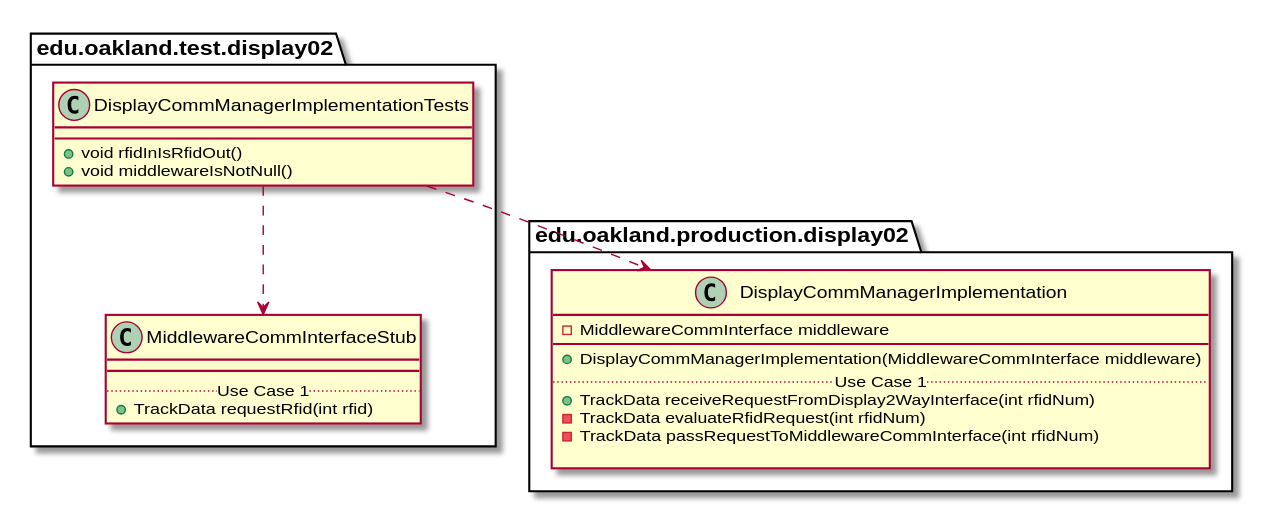
The PlantUML diagram docs/uml-class-diagrams/display02/test/DisplayCommManagerImplementationTests/DisplayCommManagerImplementationTests_DirectDependencies.svg in andrewdimmer/csi-3370-software-project, before a commit.
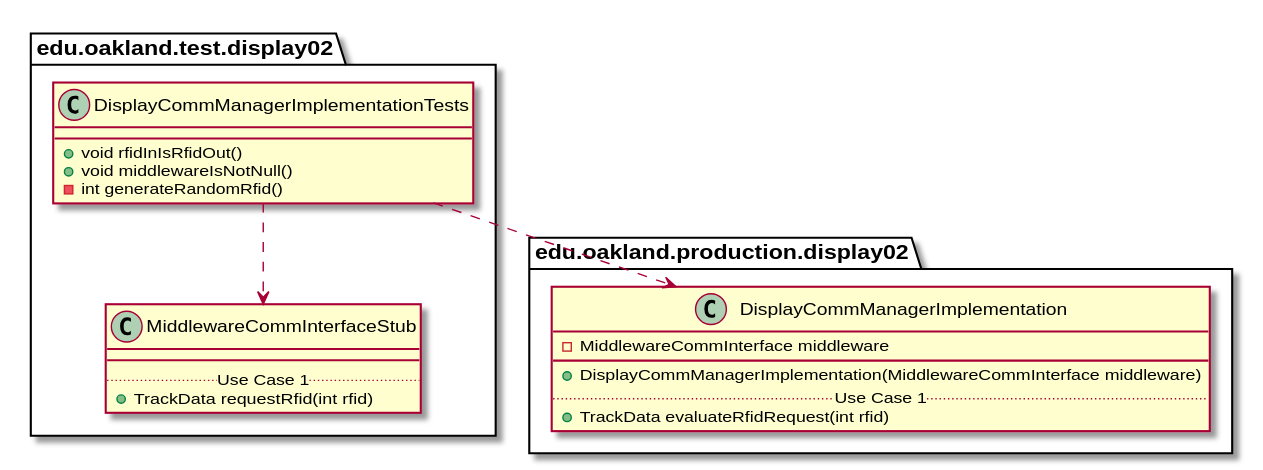
After the change.

The edit, as a diff of the source:
```diff
@@ -5,6 +5,7 @@
     class DisplayCommManagerImplementationTests {
         + void rfidInIsRfidOut()
         + void middlewareIsNotNull()
+        - int generateRandomRfid()
     }
 }
 
@@ -27,10 +28,7 @@
         __
         + DisplayCommManagerImplementation(MiddlewareCommInterface middleware)
         .. Use Case 1 ..
-        + TrackData receiveRequestFromDisplay2WayInterface(int rfidNum)
-        - TrackData evaluateRfidRequest(int rfidNum)
-        - TrackData passRequestToMiddlewareCommInterface(int rfidNum)
-
+        + TrackData evaluateRfidRequest(int rfid)
     }
 }
 
```
